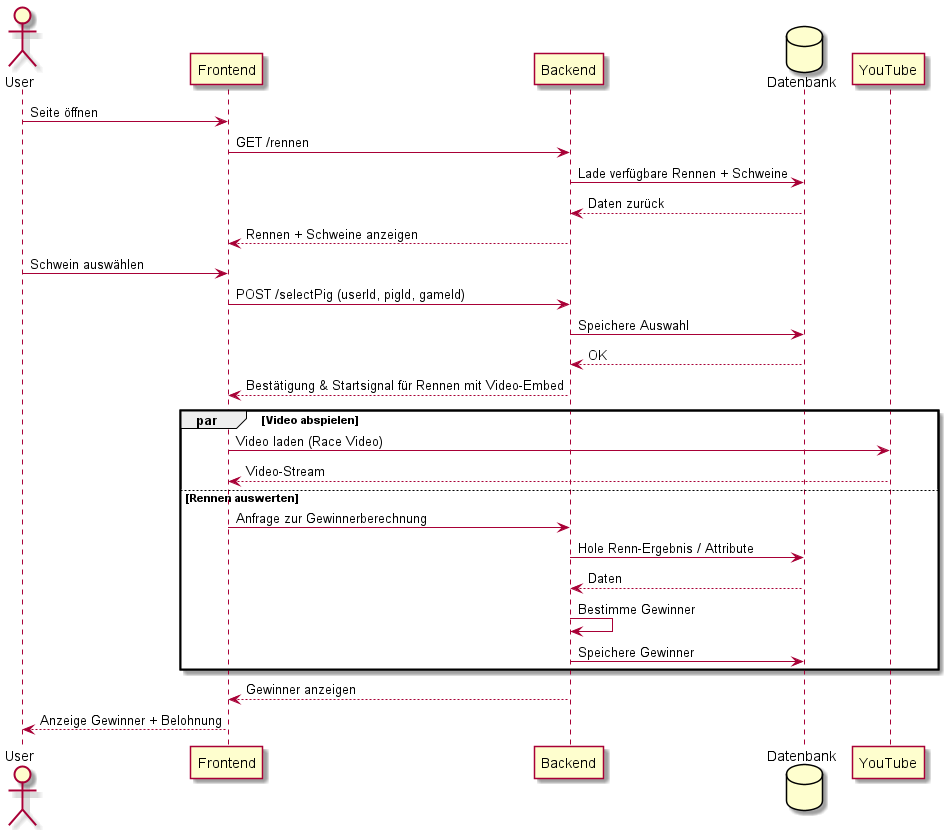
Before: diagrams/Sequenzdiagramm.png, a diagram exported from PlantUML (lulascode/LF08).
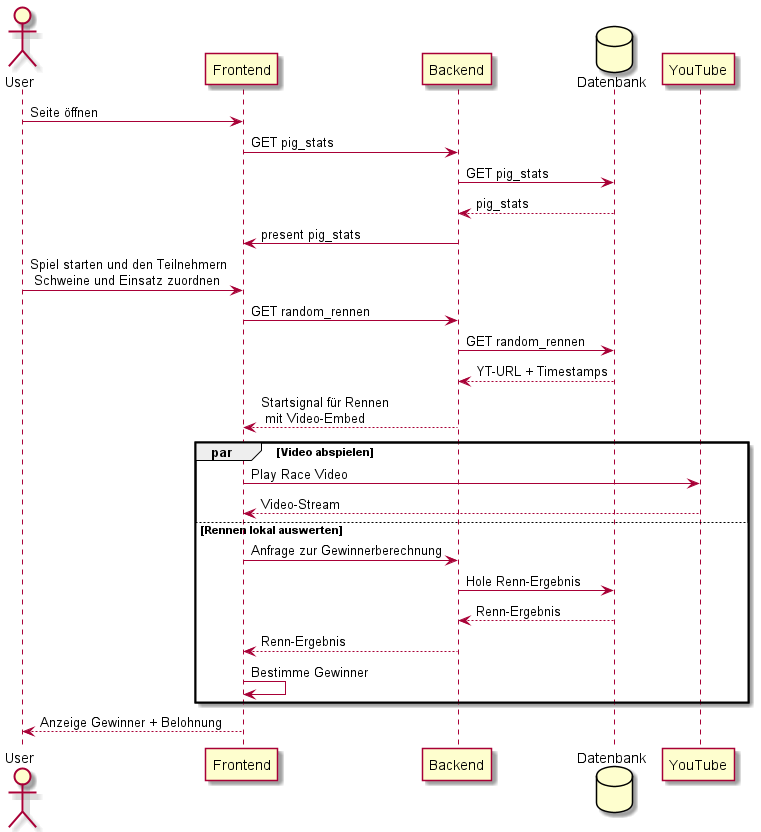
The same diagram one commit later.

Commit message:
refac: reworked diagrams

Change to the diagram source:
```diff
@@ -6,28 +6,28 @@
 participant YouTube
 
 User -> Frontend: Seite öffnen
-Frontend -> Backend: GET /rennen
-Backend -> Datenbank: Lade verfügbare Rennen + Schweine
-Datenbank --> Backend: Daten zurück
-Backend --> Frontend: Rennen + Schweine anzeigen
+Frontend -> Backend: GET pig_stats
+Backend -> Datenbank: GET pig_stats
+Datenbank --> Backend: pig_stats
+Backend -> Frontend: present pig_stats
 
-User -> Frontend: Schwein auswählen
-Frontend -> Backend: POST /selectPig (userId, pigId, gameId)
-Backend -> Datenbank: Speichere Auswahl
-Datenbank --> Backend: OK
-Backend --> Frontend: Bestätigung & Startsignal für Rennen mit Video-Embed
+User -> Frontend: Spiel starten und den Teilnehmern\n Schweine und Einsatz zuordnen
+Frontend -> Backend: GET random_rennen
+Backend -> Datenbank: GET random_rennen
+Datenbank --> Backend: YT-URL + Timestamps
+
+Backend --> Frontend: Startsignal für Rennen\n mit Video-Embed
 
     par Video abspielen
-        Frontend -> YouTube: Video laden (Race Video)
+        Frontend -> YouTube: Play Race Video
         YouTube --> Frontend: Video-Stream
-    else Rennen auswerten
+    else Rennen lokal auswerten
         Frontend -> Backend: Anfrage zur Gewinnerberechnung
-        Backend -> Datenbank: Hole Renn-Ergebnis / Attribute
-        Datenbank --> Backend: Daten
-        Backend -> Backend: Bestimme Gewinner
-        Backend -> Datenbank: Speichere Gewinner
+        Backend -> Datenbank: Hole Renn-Ergebnis
+        Datenbank --> Backend: Renn-Ergebnis
+        Backend --> Frontend: Renn-Ergebnis
+        Frontend -> Frontend: Bestimme Gewinner
     end
 
-Backend --> Frontend: Gewinner anzeigen
 Frontend --> User: Anzeige Gewinner + Belohnung
 @enduml
```
